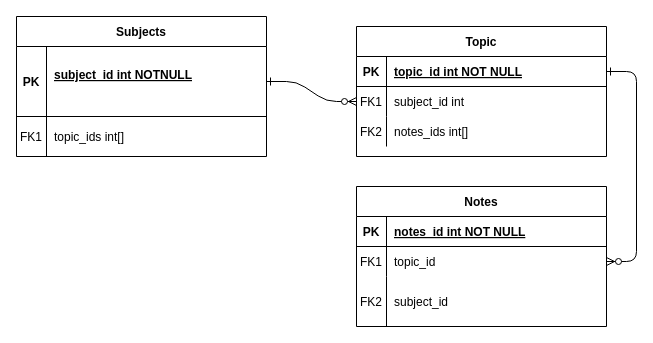
Above: er-diagram.drawio in MightyMoin/p1-fullstack-webBrainsMedia (draw.io), before the change. Source tidied: cells renumbered, new cells numbered last; positions are measured from the earlier drawing's top-left corner, leaving out a move shared by most shapes. Both pictures are drawn from the tidied source at 100%, with x=0, y=0 at pixel (16, 16).
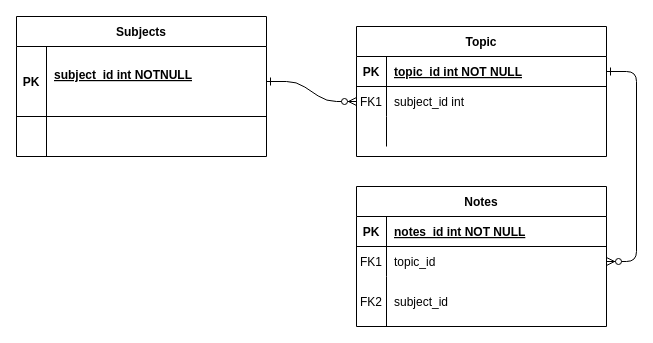
The same diagram, later.

Unchanged cells that the change refers to:
```xml
<mxCell id="11" style="shape=partialRectangle;fillColor=none;top=0;left=0;right=0;bottom=0;" parent="4" vertex="1">
  <mxGeometry y="90" width="250" height="30" as="geometry" />
</mxCell>
<mxCell id="28" style="shape=partialRectangle;fillColor=none;top=0;left=0;right=0;bottom=0;" parent="24" vertex="1">
  <mxGeometry y="100" width="250" height="40" as="geometry" />
</mxCell>
```

Change to the diagram source:
```diff
@@
-    <mxCell id="12" value="FK2" style="shape=partialRectangle;overflow=hidden;fillColor=none;top=0;left=0;bottom=0;right=0;" parent="11" vertex="1">
+    <mxCell id="12" style="shape=partialRectangle;overflow=hidden;fillColor=none;top=0;left=0;bottom=0;right=0;" parent="11" vertex="1">
       <mxGeometry width="30" height="30" as="geometry" />
     </mxCell>
-    <mxCell id="13" value="notes_ids int[]" style="shape=partialRectangle;overflow=hidden;fillColor=none;top=0;left=0;bottom=0;right=0;align=left;spacingLeft=6;" parent="11" vertex="1">
+    <mxCell id="13" style="shape=partialRectangle;overflow=hidden;fillColor=none;top=0;left=0;bottom=0;right=0;align=left;spacingLeft=6;" parent="11" vertex="1">
       <mxGeometry x="30" width="220" height="30" as="geometry" />
     </mxCell>
@@
-    <mxCell id="29" value="FK1" style="shape=partialRectangle;overflow=hidden;fillColor=none;top=0;left=0;bottom=0;right=0;" parent="28" vertex="1">
+    <mxCell id="29" style="shape=partialRectangle;overflow=hidden;fillColor=none;top=0;left=0;bottom=0;right=0;" parent="28" vertex="1">
       <mxGeometry width="30" height="40" as="geometry" />
     </mxCell>
-    <mxCell id="30" value="topic_ids int[]" style="shape=partialRectangle;overflow=hidden;fillColor=none;top=0;left=0;bottom=0;right=0;align=left;spacingLeft=6;" parent="28" vertex="1">
+    <mxCell id="30" style="shape=partialRectangle;overflow=hidden;fillColor=none;top=0;left=0;bottom=0;right=0;align=left;spacingLeft=6;" parent="28" vertex="1">
       <mxGeometry x="30" width="220" height="40" as="geometry" />
     </mxCell>
```
